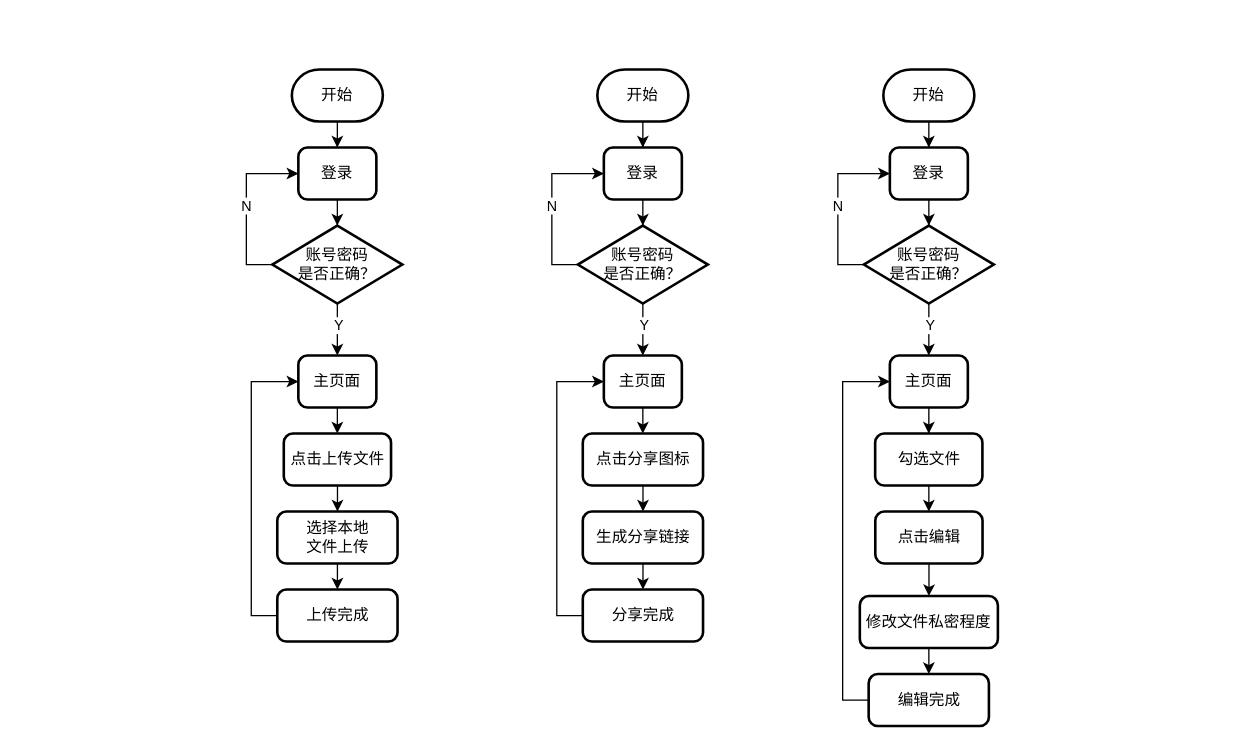
Before: liucheng2.drawio in ppp-203/ppp-203, a draw.io diagram. Source tidied: cells renumbered, new cells numbered last; positions are measured from the earlier drawing's top-left corner, leaving out a move shared by most shapes. Both pictures are drawn from the tidied source at 130%, with x=0, y=0 at pixel (272, 69).
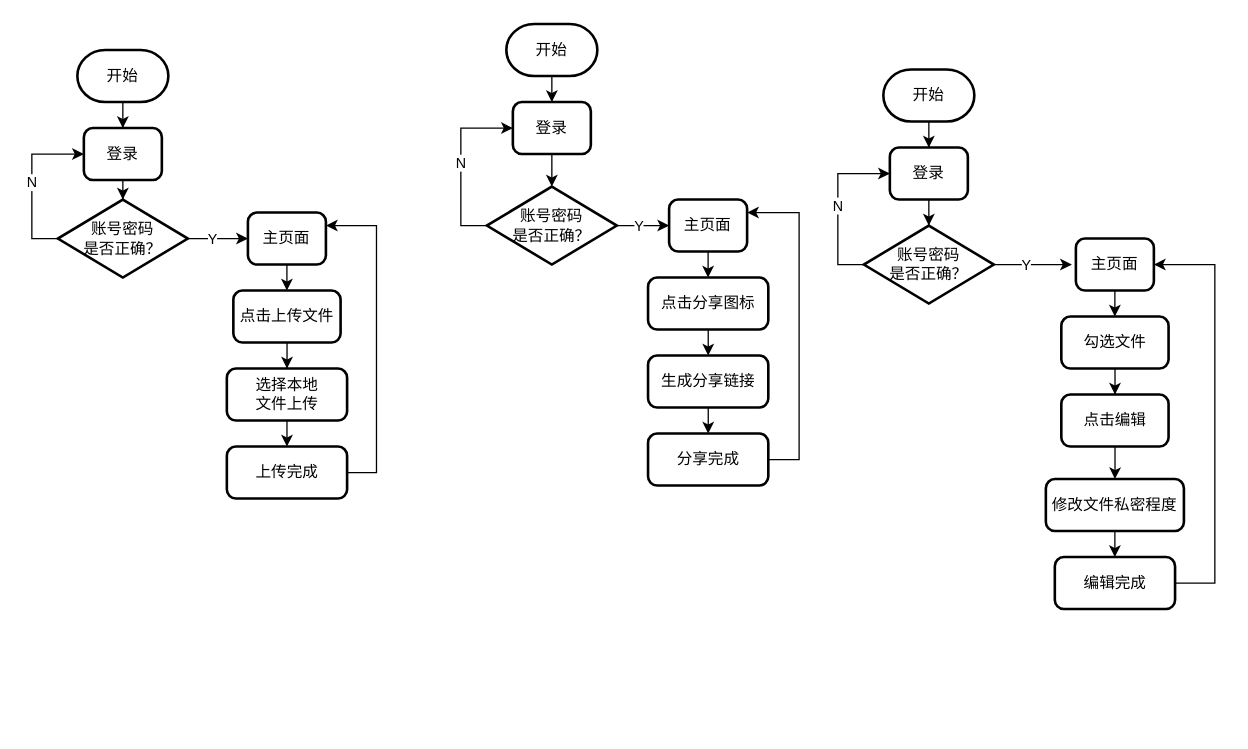
The same page after the edit.

Unchanged cells that the change refers to:
```xml
<mxCell id="39" value="账号密码&lt;br&gt;是否正确？" style="strokeWidth=2;html=1;shape=mxgraph.flowchart.decision;whiteSpace=wrap;shadow=0;" parent="1" vertex="1">
  <mxGeometry x="455" y="120" width="100" height="60" as="geometry" />
</mxCell>
```

What changed in the source:
```diff
@@
     <mxCell id="3" value="开始" style="strokeWidth=2;html=1;shape=mxgraph.flowchart.terminator;whiteSpace=wrap;strokeColor=#000000;shadow=0;" parent="1" vertex="1">
-      <mxGeometry x="15" width="70" height="40" as="geometry" />
+      <mxGeometry x="-150" y="-15" width="70" height="40" as="geometry" />
     </mxCell>
@@
     <mxCell id="5" value="登录" style="rounded=1;whiteSpace=wrap;html=1;absoluteArcSize=1;arcSize=14;strokeWidth=2;shadow=0;" parent="1" vertex="1">
-      <mxGeometry x="20" y="60" width="60" height="40" as="geometry" />
+      <mxGeometry x="-145" y="45" width="60" height="40" as="geometry" />
     </mxCell>
-    <mxCell id="6" style="edgeStyle=orthogonalEdgeStyle;rounded=0;jettySize=auto;html=1;entryX=0.5;entryY=0;entryDx=0;entryDy=0;" parent="1" edge="1" source="9" target="11">
+    <mxCell id="6" style="edgeStyle=orthogonalEdgeStyle;rounded=0;jettySize=auto;html=1;entryX=0;entryY=0.5;entryDx=0;entryDy=0;" parent="1" edge="1" source="9" target="11">
       <mxGeometry relative="1" as="geometry" />
     </mxCell>
@@
     <mxCell id="9" value="账号密码&lt;br&gt;是否正确？" style="strokeWidth=2;html=1;shape=mxgraph.flowchart.decision;whiteSpace=wrap;shadow=0;" parent="1" vertex="1">
-      <mxGeometry y="120" width="100" height="60" as="geometry" />
+      <mxGeometry x="-165" y="100" width="100" height="60" as="geometry" />
     </mxCell>
@@
     <mxCell id="11" value="主页面" style="rounded=1;whiteSpace=wrap;html=1;absoluteArcSize=1;arcSize=14;strokeWidth=2;shadow=0;" parent="1" vertex="1">
-      <mxGeometry x="20" y="220" width="60" height="40" as="geometry" />
+      <mxGeometry x="-18.8" y="110" width="60" height="40" as="geometry" />
     </mxCell>
@@
     <mxCell id="13" value="点击上传文件" style="rounded=1;whiteSpace=wrap;html=1;absoluteArcSize=1;arcSize=14;strokeWidth=2;shadow=0;" parent="1" vertex="1">
-      <mxGeometry x="8.8" y="280" width="82.5" height="40" as="geometry" />
+      <mxGeometry x="-30" y="170" width="82.5" height="40" as="geometry" />
     </mxCell>
@@
     <mxCell id="15" value="选择本地&lt;br&gt;文件上传" style="rounded=1;whiteSpace=wrap;html=1;absoluteArcSize=1;arcSize=14;strokeWidth=2;shadow=0;" parent="1" vertex="1">
-      <mxGeometry x="3.8" y="340" width="92.5" height="40" as="geometry" />
+      <mxGeometry x="-35" y="230" width="92.5" height="40" as="geometry" />
     </mxCell>
-    <mxCell id="16" style="edgeStyle=orthogonalEdgeStyle;rounded=0;jettySize=auto;html=1;entryX=0;entryY=0.5;entryDx=0;entryDy=0;exitX=0;exitY=0.5;exitDx=0;exitDy=0;" parent="1" edge="1" source="17" target="11">
-      <mxGeometry relative="1" as="geometry" />
+    <mxCell id="16" style="edgeStyle=orthogonalEdgeStyle;rounded=0;jettySize=auto;html=1;entryX=1;entryY=0.25;entryDx=0;entryDy=0;" parent="1" edge="1" source="17" target="11">
+      <mxGeometry relative="1" as="geometry">
+        <Array as="points">
+          <mxPoint x="80.1" y="310" />
+          <mxPoint x="80.1" y="120" />
+        </Array>
+      </mxGeometry>
     </mxCell>
     <mxCell id="17" value="上传完成" style="rounded=1;whiteSpace=wrap;html=1;absoluteArcSize=1;arcSize=14;strokeWidth=2;shadow=0;" parent="1" vertex="1">
-      <mxGeometry x="3.8" y="400" width="92.5" height="40" as="geometry" />
+      <mxGeometry x="-35" y="290" width="92.5" height="40" as="geometry" />
     </mxCell>
@@
     <mxCell id="19" value="开始" style="strokeWidth=2;html=1;shape=mxgraph.flowchart.terminator;whiteSpace=wrap;strokeColor=#000000;shadow=0;" parent="1" vertex="1">
-      <mxGeometry x="250" width="70" height="40" as="geometry" />
+      <mxGeometry x="180" y="-35" width="70" height="40" as="geometry" />
     </mxCell>
@@
     <mxCell id="21" value="登录" style="rounded=1;whiteSpace=wrap;html=1;absoluteArcSize=1;arcSize=14;strokeWidth=2;shadow=0;" parent="1" vertex="1">
-      <mxGeometry x="255" y="60" width="60" height="40" as="geometry" />
+      <mxGeometry x="185" y="25" width="60" height="40" as="geometry" />
     </mxCell>
-    <mxCell id="22" style="edgeStyle=orthogonalEdgeStyle;rounded=0;jettySize=auto;html=1;entryX=0.5;entryY=0;entryDx=0;entryDy=0;" parent="1" edge="1" source="25" target="26">
+    <mxCell id="22" style="edgeStyle=orthogonalEdgeStyle;rounded=0;jettySize=auto;html=1;entryX=0;entryY=0.5;entryDx=0;entryDy=0;" parent="1" edge="1" source="25" target="26">
       <mxGeometry relative="1" as="geometry" />
     </mxCell>
@@
     <mxCell id="25" value="账号密码&lt;br&gt;是否正确？" style="strokeWidth=2;html=1;shape=mxgraph.flowchart.decision;whiteSpace=wrap;shadow=0;" parent="1" vertex="1">
-      <mxGeometry x="235" y="120" width="100" height="60" as="geometry" />
+      <mxGeometry x="165" y="90" width="100" height="60" as="geometry" />
     </mxCell>
     <mxCell id="26" value="主页面" style="rounded=1;whiteSpace=wrap;html=1;absoluteArcSize=1;arcSize=14;strokeWidth=2;shadow=0;" parent="1" vertex="1">
-      <mxGeometry x="255" y="220" width="60" height="40" as="geometry" />
+      <mxGeometry x="305.2" y="100" width="60" height="40" as="geometry" />
     </mxCell>
@@
     <mxCell id="29" value="点击分享图标" style="rounded=1;whiteSpace=wrap;html=1;absoluteArcSize=1;arcSize=14;strokeWidth=2;shadow=0;" parent="1" vertex="1">
-      <mxGeometry x="238.8" y="280" width="92.5" height="40" as="geometry" />
+      <mxGeometry x="289" y="160" width="92.5" height="40" as="geometry" />
     </mxCell>
-    <mxCell id="30" style="edgeStyle=orthogonalEdgeStyle;rounded=0;jettySize=auto;html=1;entryX=0;entryY=0.5;entryDx=0;entryDy=0;exitX=0;exitY=0.5;exitDx=0;exitDy=0;" parent="1" edge="1" source="31" target="26">
-      <mxGeometry relative="1" as="geometry" />
+    <mxCell id="30" style="edgeStyle=orthogonalEdgeStyle;rounded=0;jettySize=auto;html=1;entryX=1;entryY=0.25;entryDx=0;entryDy=0;" parent="1" edge="1" source="31" target="26">
+      <mxGeometry relative="1" as="geometry">
+        <Array as="points">
+          <mxPoint x="405.2" y="300" />
+          <mxPoint x="405.2" y="110" />
+        </Array>
+      </mxGeometry>
     </mxCell>
     <mxCell id="31" value="分享完成" style="rounded=1;whiteSpace=wrap;html=1;absoluteArcSize=1;arcSize=14;strokeWidth=2;shadow=0;" parent="1" vertex="1">
-      <mxGeometry x="238.8" y="400" width="92.5" height="40" as="geometry" />
+      <mxGeometry x="289" y="280" width="92.5" height="40" as="geometry" />
     </mxCell>
@@
-    <mxCell id="36" style="edgeStyle=orthogonalEdgeStyle;rounded=0;jettySize=auto;html=1;entryX=0.5;entryY=0;entryDx=0;entryDy=0;" parent="1" edge="1" source="39" target="41">
-      <mxGeometry relative="1" as="geometry" />
+    <mxCell id="36" style="edgeStyle=orthogonalEdgeStyle;rounded=0;jettySize=auto;html=1;" parent="1" edge="1" source="39">
+      <mxGeometry relative="1" as="geometry">
+        <mxPoint x="615" y="150" as="targetPoint" />
+      </mxGeometry>
     </mxCell>
@@
     <mxCell id="41" value="主页面" style="rounded=1;whiteSpace=wrap;html=1;absoluteArcSize=1;arcSize=14;strokeWidth=2;shadow=0;" parent="1" vertex="1">
-      <mxGeometry x="475" y="220" width="60" height="40" as="geometry" />
+      <mxGeometry x="618.1" y="130" width="60" height="40" as="geometry" />
     </mxCell>
@@
     <mxCell id="43" value="点击编辑" style="rounded=1;whiteSpace=wrap;html=1;absoluteArcSize=1;arcSize=14;strokeWidth=2;shadow=0;" parent="1" vertex="1">
-      <mxGeometry x="463.8" y="340" width="82.5" height="40" as="geometry" />
+      <mxGeometry x="606.9" y="250" width="82.5" height="40" as="geometry" />
     </mxCell>
     <mxCell id="44" style="edgeStyle=orthogonalEdgeStyle;rounded=0;jettySize=auto;html=1;exitX=0.5;exitY=1;exitDx=0;exitDy=0;entryX=0.5;entryY=0;entryDx=0;entryDy=0;" parent="1" edge="1" source="45">
       <mxGeometry relative="1" as="geometry">
-        <mxPoint x="505" y="465" as="targetPoint" />
+        <mxPoint x="648.1" y="375" as="targetPoint" />
       </mxGeometry>
     </mxCell>
     <mxCell id="45" value="修改文件私密程度" style="rounded=1;whiteSpace=wrap;html=1;absoluteArcSize=1;arcSize=14;strokeWidth=2;shadow=0;" parent="1" vertex="1">
-      <mxGeometry x="451.9" y="405" width="106.2" height="40" as="geometry" />
+      <mxGeometry x="595" y="315" width="106.2" height="40" as="geometry" />
     </mxCell>
-    <mxCell id="46" style="edgeStyle=orthogonalEdgeStyle;rounded=0;jettySize=auto;html=1;entryX=0;entryY=0.5;entryDx=0;entryDy=0;exitX=0;exitY=0.5;exitDx=0;exitDy=0;" parent="1" edge="1" source="47" target="41">
-      <mxGeometry relative="1" as="geometry" />
+    <mxCell id="46" style="edgeStyle=orthogonalEdgeStyle;rounded=0;jettySize=auto;html=1;exitX=1;exitY=0.5;exitDx=0;exitDy=0;entryX=1;entryY=0.5;entryDx=0;entryDy=0;" parent="1" edge="1" source="47" target="41">
+      <mxGeometry relative="1" as="geometry">
+        <Array as="points">
+          <mxPoint x="725" y="395" />
+          <mxPoint x="725" y="150" />
+        </Array>
+      </mxGeometry>
     </mxCell>
     <mxCell id="47" value="编辑完成" style="rounded=1;whiteSpace=wrap;html=1;absoluteArcSize=1;arcSize=14;strokeWidth=2;shadow=0;" parent="1" vertex="1">
-      <mxGeometry x="458.7" y="465" width="92.5" height="40" as="geometry" />
+      <mxGeometry x="601.9" y="375" width="92.5" height="40" as="geometry" />
     </mxCell>
@@
     <mxCell id="49" value="生成分享链接" style="rounded=1;whiteSpace=wrap;html=1;absoluteArcSize=1;arcSize=14;strokeWidth=2;shadow=0;" parent="1" vertex="1">
-      <mxGeometry x="238.8" y="340" width="92.5" height="40" as="geometry" />
+      <mxGeometry x="289" y="220" width="92.5" height="40" as="geometry" />
     </mxCell>
@@
     <mxCell id="51" value="勾选文件" style="rounded=1;whiteSpace=wrap;html=1;absoluteArcSize=1;arcSize=14;strokeWidth=2;shadow=0;" parent="1" vertex="1">
-      <mxGeometry x="463.7" y="280" width="82.5" height="40" as="geometry" />
+      <mxGeometry x="606.9" y="190" width="82.5" height="40" as="geometry" />
     </mxCell>
```
